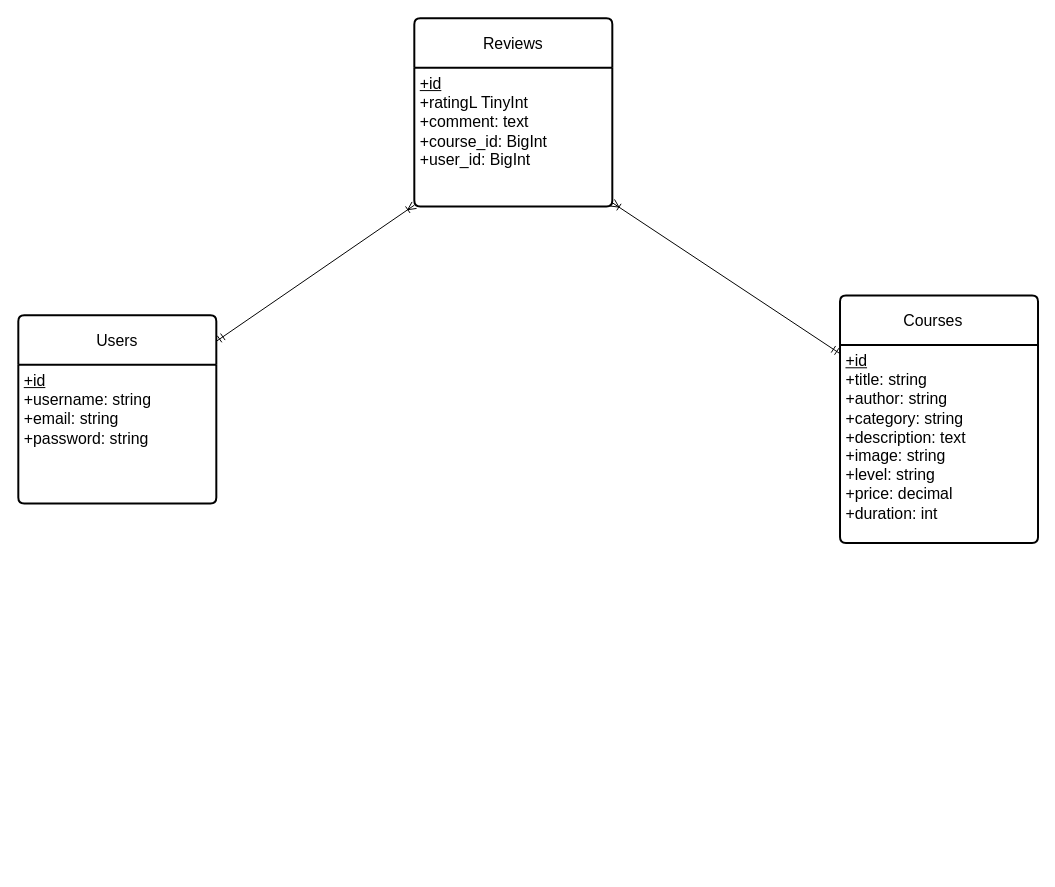
Above: db_online_courses.drawio in nmkhoi3006/online_courses (draw.io), before the change. Source tidied: cells renumbered, new cells numbered last; positions are measured from the earlier drawing's top-left corner, leaving out a move shared by most shapes. Both pictures are drawn from the tidied source at 99%, with x=0, y=0 at pixel (18, 18).
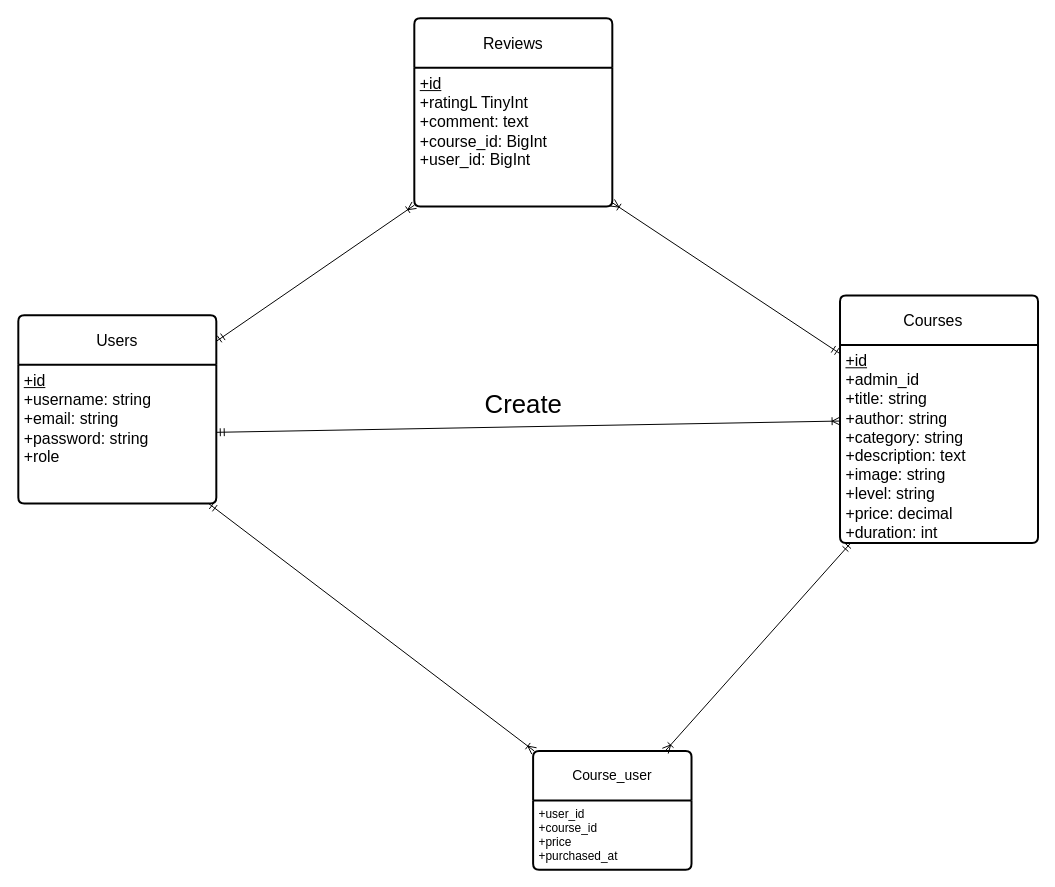
The same diagram, later.

What changed in the source:
```diff
@@
 <mxGraphModel>
   <root>
     <mxCell id="0" />
     <mxCell id="1" parent="0" />
     <mxCell id="2" style="edgeStyle=none;html=1;endArrow=ERoneToMany;endFill=0;startArrow=ERmandOne;startFill=0;" parent="1" edge="1" source="3" target="9">
       <mxGeometry relative="1" as="geometry" />
     </mxCell>
     <mxCell id="3" value="Users" style="swimlane;horizontal=1;startSize=50;rounded=1;fontSize=16;fontStyle=0;strokeWidth=2;shadow=0;dashed=0;align=center;arcSize=4;whiteSpace=wrap;html=1;" parent="1" vertex="1">
       <mxGeometry y="300" width="200" height="190" as="geometry" />
     </mxCell>
-    <mxCell id="4" value="&lt;u&gt;&lt;font style=&quot;font-size: 16px;&quot;&gt;+id&lt;/font&gt;&lt;/u&gt;&lt;div&gt;&lt;font style=&quot;font-size: 16px;&quot;&gt;+username: string&lt;/font&gt;&lt;/div&gt;&lt;div&gt;&lt;font style=&quot;font-size: 16px;&quot;&gt;+email: string&lt;br&gt;+password: string&lt;/font&gt;&lt;/div&gt;" style="align=left;strokeColor=none;fillColor=none;spacingLeft=4;spacingRight=4;fontSize=12;verticalAlign=top;html=1;whiteSpace=wrap;" parent="3" vertex="1">
+    <mxCell id="4" value="&lt;u&gt;&lt;font style=&quot;font-size: 16px;&quot;&gt;+id&lt;/font&gt;&lt;/u&gt;&lt;div&gt;&lt;font style=&quot;font-size: 16px;&quot;&gt;+username: string&lt;/font&gt;&lt;/div&gt;&lt;div&gt;&lt;font style=&quot;font-size: 16px;&quot;&gt;+email: string&lt;br&gt;+password: string&lt;/font&gt;&lt;/div&gt;&lt;div&gt;&lt;font style=&quot;font-size: 16px;&quot;&gt;+role&lt;/font&gt;&lt;/div&gt;" style="align=left;strokeColor=none;fillColor=none;spacingLeft=4;spacingRight=4;fontSize=12;verticalAlign=top;html=1;whiteSpace=wrap;" parent="3" vertex="1">
       <mxGeometry y="50" width="200" height="140" as="geometry" />
     </mxCell>
     <mxCell id="5" style="edgeStyle=none;html=1;endArrow=ERoneToMany;endFill=0;startArrow=ERmandOne;startFill=0;" parent="1" edge="1" source="6" target="9">
       <mxGeometry relative="1" as="geometry" />
     </mxCell>
     <mxCell id="6" value="Courses&lt;span style=&quot;white-space: pre;&quot;&gt;&#9;&lt;/span&gt;" style="swimlane;horizontal=1;startSize=50;rounded=1;fontSize=16;fontStyle=0;strokeWidth=2;shadow=0;dashed=0;align=center;arcSize=4;whiteSpace=wrap;html=1;" parent="1" vertex="1">
       <mxGeometry x="830" y="280" width="200" height="250" as="geometry" />
     </mxCell>
-    <mxCell id="7" value="&lt;u&gt;&lt;font style=&quot;font-size: 16px;&quot;&gt;+id&lt;/font&gt;&lt;/u&gt;&lt;div&gt;&lt;font style=&quot;font-size: 16px;&quot;&gt;+title: string&lt;/font&gt;&lt;/div&gt;&lt;div&gt;&lt;font style=&quot;font-size: 16px;&quot;&gt;+author: string&lt;br&gt;+category: string&lt;/font&gt;&lt;/div&gt;&lt;div&gt;&lt;font style=&quot;font-size: 16px;&quot;&gt;+description: text&lt;/font&gt;&lt;/div&gt;&lt;div&gt;&lt;font style=&quot;font-size: 16px;&quot;&gt;+image: string&lt;/font&gt;&lt;/div&gt;&lt;div&gt;&lt;font style=&quot;font-size: 16px;&quot;&gt;+level: string&lt;/font&gt;&lt;/div&gt;&lt;div&gt;&lt;span style=&quot;font-size: 16px;&quot;&gt;+price: decimal&lt;/span&gt;&lt;/div&gt;&lt;div&gt;&lt;span style=&quot;font-size: 16px;&quot;&gt;+duration: int&lt;/span&gt;&lt;/div&gt;" style="align=left;strokeColor=none;fillColor=none;spacingLeft=4;spacingRight=4;fontSize=12;verticalAlign=top;html=1;whiteSpace=wrap;" parent="6" vertex="1">
+    <mxCell id="7" value="&lt;u&gt;&lt;font style=&quot;font-size: 16px;&quot;&gt;+id&lt;/font&gt;&lt;/u&gt;&lt;div&gt;&lt;span style=&quot;font-size: 16px;&quot;&gt;+admin_id&lt;br&gt;&lt;/span&gt;&lt;div&gt;&lt;font style=&quot;font-size: 16px;&quot;&gt;+title: string&lt;/font&gt;&lt;/div&gt;&lt;div&gt;&lt;font style=&quot;font-size: 16px;&quot;&gt;+author: string&lt;br&gt;+category: string&lt;/font&gt;&lt;/div&gt;&lt;div&gt;&lt;font style=&quot;font-size: 16px;&quot;&gt;+description: text&lt;/font&gt;&lt;/div&gt;&lt;div&gt;&lt;font style=&quot;font-size: 16px;&quot;&gt;+image: string&lt;/font&gt;&lt;/div&gt;&lt;div&gt;&lt;font style=&quot;font-size: 16px;&quot;&gt;+level: string&lt;/font&gt;&lt;/div&gt;&lt;div&gt;&lt;span style=&quot;font-size: 16px;&quot;&gt;+price: decimal&lt;/span&gt;&lt;/div&gt;&lt;div&gt;&lt;span style=&quot;font-size: 16px;&quot;&gt;+duration: int&lt;/span&gt;&lt;/div&gt;&lt;/div&gt;" style="align=left;strokeColor=none;fillColor=none;spacingLeft=4;spacingRight=4;fontSize=12;verticalAlign=top;html=1;whiteSpace=wrap;" parent="6" vertex="1">
       <mxGeometry y="50" width="200" height="200" as="geometry" />
     </mxCell>
     <mxCell id="8" value="Reviews" style="swimlane;horizontal=1;startSize=50;rounded=1;fontSize=16;fontStyle=0;strokeWidth=2;shadow=0;dashed=0;align=center;arcSize=4;whiteSpace=wrap;html=1;" parent="1" vertex="1">
       <mxGeometry x="400" width="200" height="190" as="geometry" />
     </mxCell>
     <mxCell id="9" value="&lt;u&gt;&lt;font style=&quot;font-size: 16px;&quot;&gt;+id&lt;/font&gt;&lt;/u&gt;&lt;div&gt;&lt;font style=&quot;font-size: 16px;&quot;&gt;+ratingL TinyInt&lt;/font&gt;&lt;/div&gt;&lt;div&gt;&lt;font style=&quot;font-size: 16px;&quot;&gt;+comment: text&lt;br&gt;+course_id: BigInt&lt;/font&gt;&lt;/div&gt;&lt;div&gt;&lt;span style=&quot;font-size: 16px;&quot;&gt;+user_id: BigInt&lt;/span&gt;&lt;/div&gt;" style="align=left;strokeColor=none;fillColor=none;spacingLeft=4;spacingRight=4;fontSize=12;verticalAlign=top;html=1;whiteSpace=wrap;" parent="8" vertex="1">
       <mxGeometry y="50" width="200" height="140" as="geometry" />
     </mxCell>
+    <mxCell id="10" value="Course_user" style="swimlane;horizontal=1;startSize=50;rounded=1;fontSize=14;fontStyle=0;strokeWidth=2;shadow=0;dashed=0;align=center;arcSize=4;whiteSpace=wrap;html=1;" parent="1" vertex="1">
+      <mxGeometry x="520" y="740" width="160" height="120" as="geometry" />
+    </mxCell>
+    <mxCell id="11" value="+user_id&lt;div&gt;+course_id&lt;/div&gt;&lt;div&gt;+price&lt;/div&gt;&lt;div&gt;+purchased_at&lt;/div&gt;" style="align=left;strokeColor=none;fillColor=none;spacingLeft=4;fontSize=12;verticalAlign=top;html=1;" parent="10" vertex="1">
+      <mxGeometry y="50" width="160" height="70" as="geometry" />
+    </mxCell>
+    <mxCell id="12" style="edgeStyle=none;html=1;endArrow=ERoneToMany;endFill=0;startArrow=ERmandOne;startFill=0;" parent="1" edge="1" source="7" target="10">
+      <mxGeometry relative="1" as="geometry" />
+    </mxCell>
+    <mxCell id="13" style="edgeStyle=none;html=1;endArrow=ERoneToMany;endFill=0;startArrow=ERmandOne;startFill=0;" parent="1" edge="1" source="4" target="10">
+      <mxGeometry relative="1" as="geometry" />
+    </mxCell>
+    <mxCell id="14" style="edgeStyle=none;html=1;endArrow=ERoneToMany;endFill=0;startArrow=ERmandOne;startFill=0;" parent="1" edge="1" source="4" target="6">
+      <mxGeometry relative="1" as="geometry" />
+    </mxCell>
+    <mxCell id="15" value="Create" style="text;html=1;align=center;verticalAlign=middle;strokeColor=none;fillColor=none;fontSize=26;" parent="1" vertex="1">
+      <mxGeometry x="460" y="370" width="100" height="40" as="geometry" />
+    </mxCell>
   </root>
 </mxGraphModel>
```
